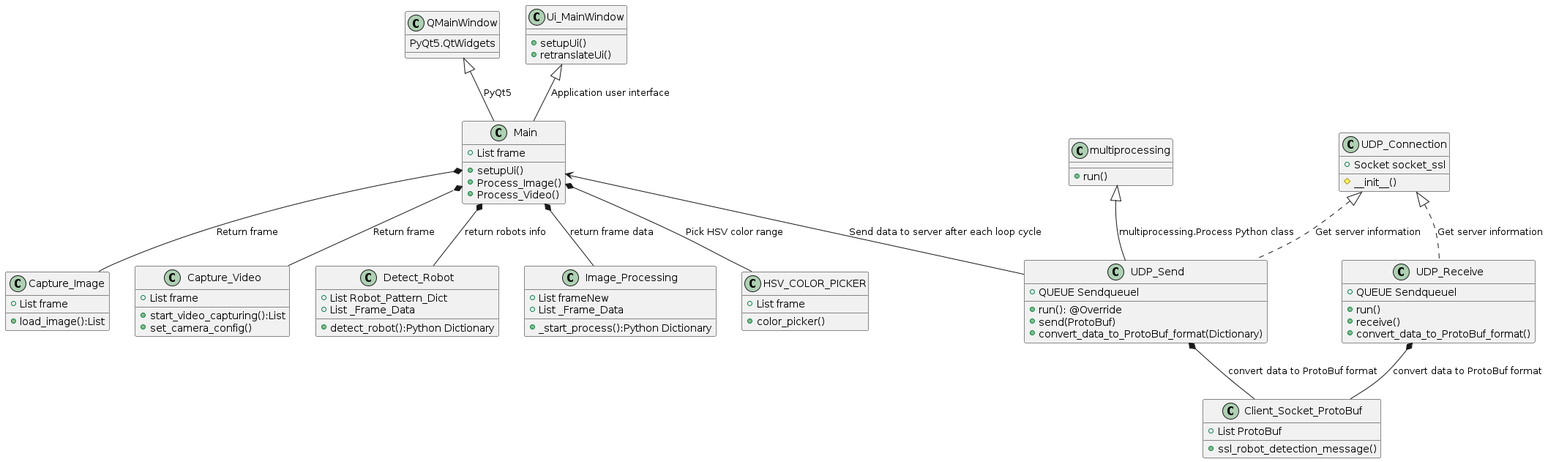
Earlier version of the PlantUML export Images/ApplicationUML.png (SiamMiri/RoboCup-SSLVision).
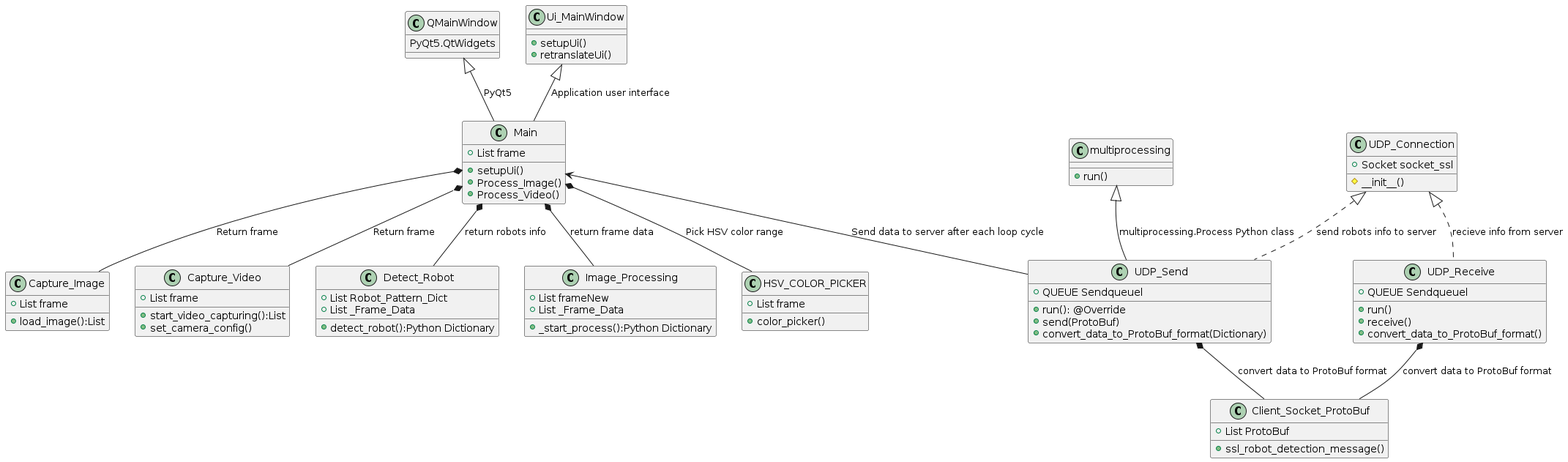
After the change.

The edit, as a diff of the source:
```diff
@@ -91,8 +91,8 @@
 QMainWindow <|-- Main : PyQt5
 
 multiprocessing <|-- UDP_Send : multiprocessing.Process Python class
-UDP_Connection <|.. UDP_Send : Get server information
-UDP_Connection <|.. UDP_Receive : Get server information
+UDP_Connection <|.. UDP_Send : send robots info to server
+UDP_Connection <|.. UDP_Receive : recieve info from server
 UDP_Send *-- Client_Socket_ProtoBuf : convert data to ProtoBuf format
 UDP_Receive *-- Client_Socket_ProtoBuf : convert data to ProtoBuf format
 
```
